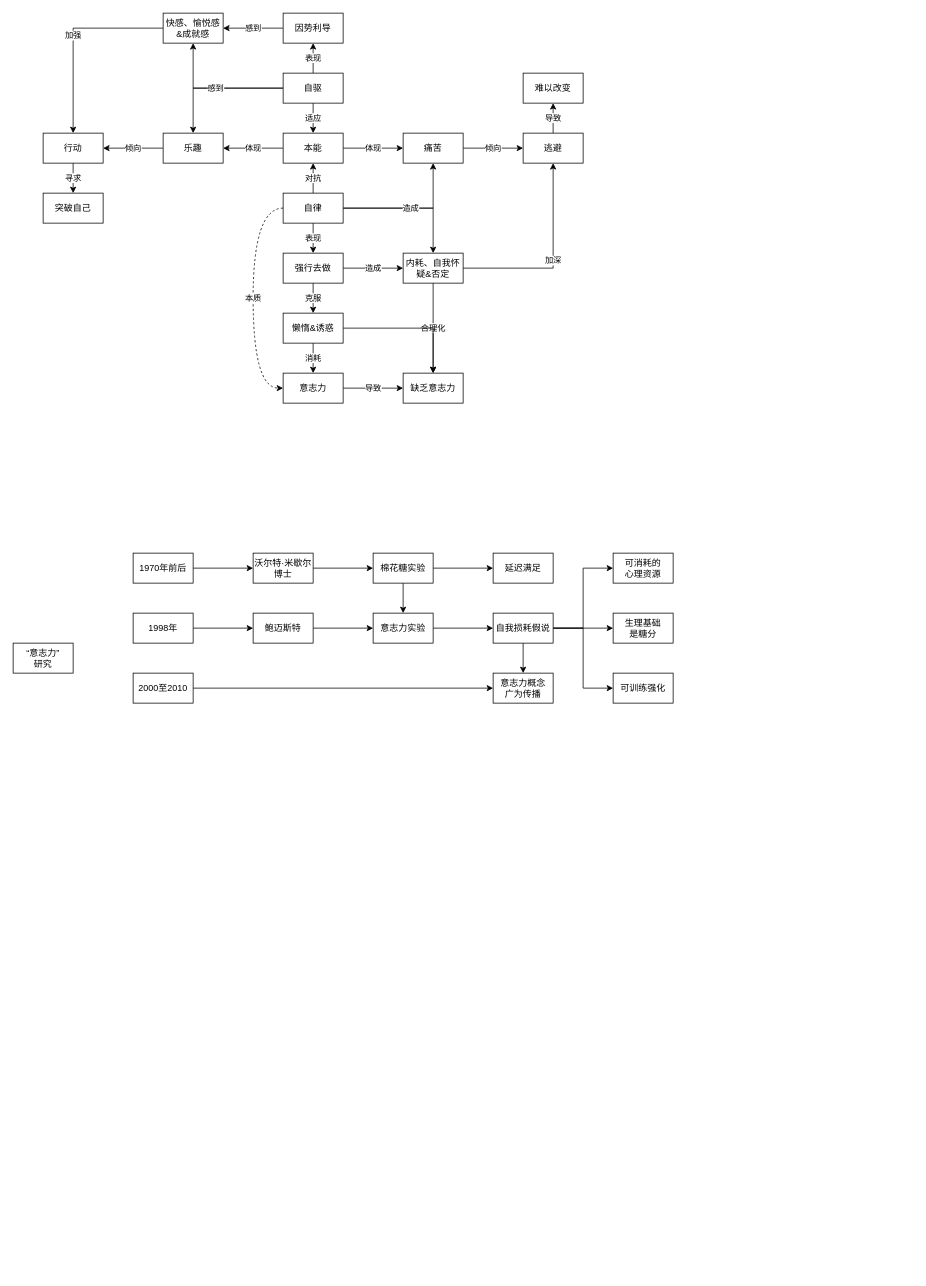
Above: 自我驱动.drawio in youyusan/open_mind (draw.io), before the change. Source tidied: cells renumbered, new cells numbered last; positions are measured from the earlier drawing's top-left corner, leaving out a move shared by most shapes. Both pictures are drawn from the tidied source at 75%, with x=0, y=0 at pixel (13, 13).
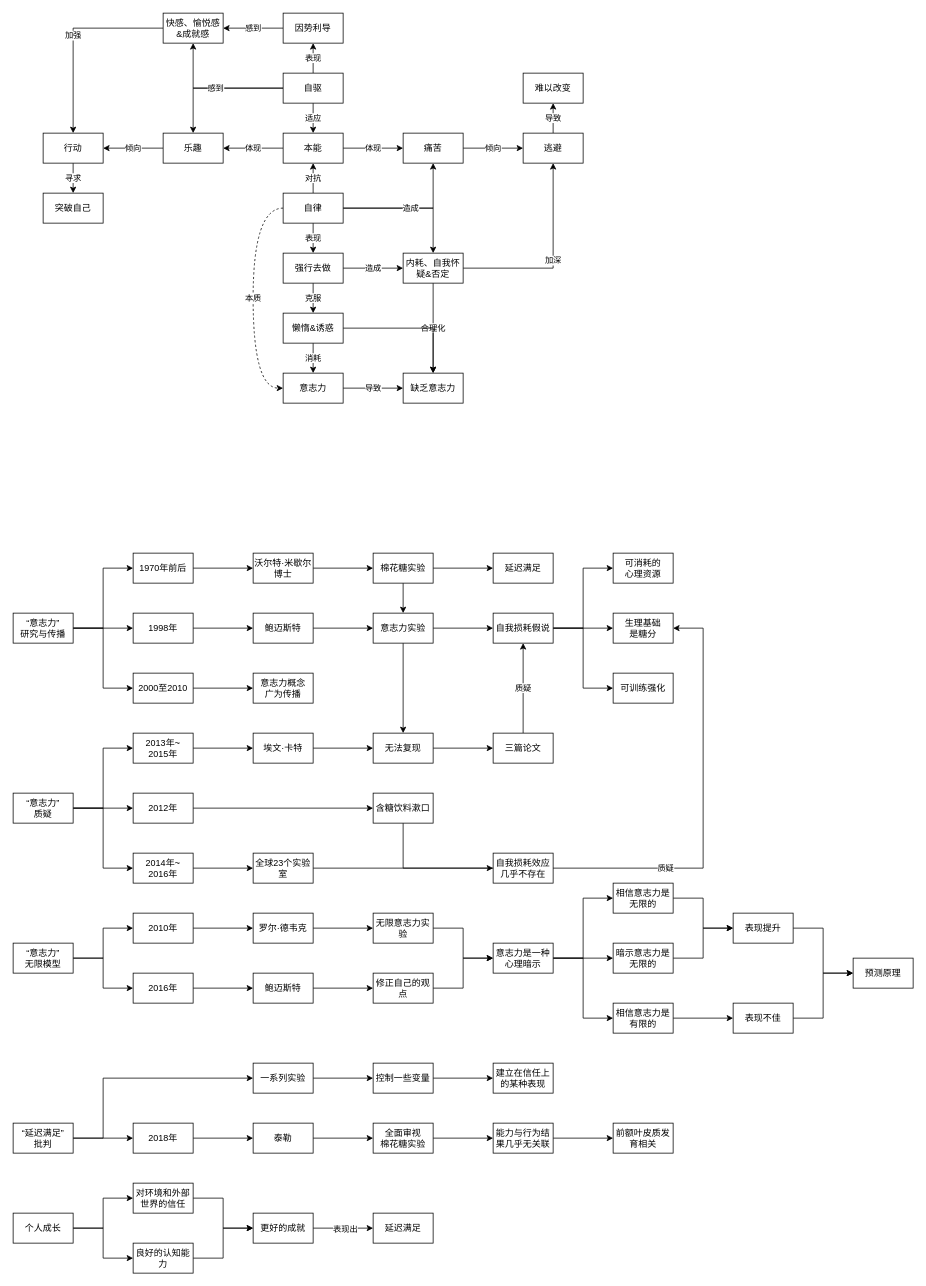
The same page after the edit.

Commit message:
更新自我驱动.drawio

Unchanged cells that the change refers to:
```xml
<mxCell id="44" value="1970年前后" style="rounded=0;whiteSpace=wrap;html=1;" parent="1" vertex="1">
  <mxGeometry x="160" y="720" width="80" height="40" as="geometry" />
</mxCell>
<mxCell id="46" value="1998年" style="rounded=0;whiteSpace=wrap;html=1;" parent="1" vertex="1">
  <mxGeometry x="160" y="800" width="80" height="40" as="geometry" />
</mxCell>
<mxCell id="48" value="2000至2010" style="rounded=0;whiteSpace=wrap;html=1;" parent="1" vertex="1">
  <mxGeometry x="160" y="880" width="80" height="40" as="geometry" />
</mxCell>
<mxCell id="61" value="自我损耗假说" style="rounded=0;whiteSpace=wrap;html=1;" parent="1" vertex="1">
  <mxGeometry x="640" y="800" width="80" height="40" as="geometry" />
</mxCell>
<mxCell id="63" value="意志力实验" style="rounded=0;whiteSpace=wrap;html=1;" parent="1" vertex="1">
  <mxGeometry x="480" y="800" width="80" height="40" as="geometry" />
</mxCell>
<mxCell id="66" value="生理基础&lt;br&gt;是糖分" style="rounded=0;whiteSpace=wrap;html=1;" parent="1" vertex="1">
  <mxGeometry x="800" y="800" width="80" height="40" as="geometry" />
</mxCell>
```

Diff of the diagram source:
```diff
@@
+    <mxCell id="68" style="edgeStyle=orthogonalEdgeStyle;rounded=0;jettySize=auto;html=1;entryX=0;entryY=0.5;entryDx=0;entryDy=0;" parent="1" edge="1" source="42" target="44">
+      <mxGeometry relative="1" as="geometry" />
+    </mxCell>
+    <mxCell id="69" style="edgeStyle=orthogonalEdgeStyle;rounded=0;jettySize=auto;html=1;" parent="1" edge="1" source="42" target="46">
+      <mxGeometry relative="1" as="geometry" />
+    </mxCell>
+    <mxCell id="70" style="edgeStyle=orthogonalEdgeStyle;rounded=0;jettySize=auto;html=1;entryX=0;entryY=0.5;entryDx=0;entryDy=0;" parent="1" edge="1" source="42" target="48">
+      <mxGeometry relative="1" as="geometry" />
+    </mxCell>
-    <mxCell id="42" value="“意志力”&lt;br&gt;研究" style="rounded=0;whiteSpace=wrap;html=1;" parent="1" vertex="1">
-      <mxGeometry y="840" width="80" height="40" as="geometry" />
+    <mxCell id="42" value="“意志力”&lt;br&gt;研究与传播" style="rounded=0;whiteSpace=wrap;html=1;" parent="1" vertex="1">
+      <mxGeometry y="800" width="80" height="40" as="geometry" />
     </mxCell>
@@
-    <mxCell id="57" style="edgeStyle=orthogonalEdgeStyle;rounded=0;jettySize=auto;html=1;" parent="1" edge="1" source="61" target="64">
-      <mxGeometry relative="1" as="geometry" />
-    </mxCell>
@@
+    <mxCell id="71" style="edgeStyle=orthogonalEdgeStyle;rounded=0;jettySize=auto;html=1;" parent="1" edge="1" source="63" target="80">
+      <mxGeometry relative="1" as="geometry" />
+    </mxCell>
@@
     <mxCell id="64" value="意志力概念&lt;br&gt;广为传播" style="rounded=0;whiteSpace=wrap;html=1;" parent="1" vertex="1">
-      <mxGeometry x="640" y="880" width="80" height="40" as="geometry" />
+      <mxGeometry x="320" y="880" width="80" height="40" as="geometry" />
     </mxCell>
@@
+    <mxCell id="72" style="edgeStyle=orthogonalEdgeStyle;rounded=0;jettySize=auto;html=1;entryX=0;entryY=0.5;entryDx=0;entryDy=0;" parent="1" edge="1" source="74" target="93">
+      <mxGeometry relative="1" as="geometry" />
+    </mxCell>
+    <mxCell id="73" style="edgeStyle=orthogonalEdgeStyle;rounded=0;jettySize=auto;html=1;" parent="1" edge="1" source="74" target="114">
+      <mxGeometry relative="1" as="geometry" />
+    </mxCell>
+    <mxCell id="74" value="“意志力”&lt;br&gt;无限模型" style="rounded=0;whiteSpace=wrap;html=1;" parent="1" vertex="1">
+      <mxGeometry y="1240" width="80" height="40" as="geometry" />
+    </mxCell>
+    <mxCell id="75" style="edgeStyle=orthogonalEdgeStyle;rounded=0;jettySize=auto;html=1;entryX=0;entryY=0.5;entryDx=0;entryDy=0;" parent="1" edge="1" source="76" target="78">
+      <mxGeometry relative="1" as="geometry" />
+    </mxCell>
+    <mxCell id="76" value="2013年~&lt;br&gt;2015年" style="rounded=0;whiteSpace=wrap;html=1;" parent="1" vertex="1">
+      <mxGeometry x="160" y="960" width="80" height="40" as="geometry" />
+    </mxCell>
+    <mxCell id="77" style="edgeStyle=orthogonalEdgeStyle;rounded=0;jettySize=auto;html=1;entryX=0;entryY=0.5;entryDx=0;entryDy=0;" parent="1" edge="1" source="78" target="80">
+      <mxGeometry relative="1" as="geometry" />
+    </mxCell>
+    <mxCell id="78" value="埃文·卡特" style="rounded=0;whiteSpace=wrap;html=1;" parent="1" vertex="1">
+      <mxGeometry x="320" y="960" width="80" height="40" as="geometry" />
+    </mxCell>
+    <mxCell id="79" style="edgeStyle=orthogonalEdgeStyle;rounded=0;jettySize=auto;html=1;" parent="1" edge="1" source="80" target="82">
+      <mxGeometry relative="1" as="geometry" />
+    </mxCell>
+    <mxCell id="80" value="无法复现" style="rounded=0;whiteSpace=wrap;html=1;" parent="1" vertex="1">
+      <mxGeometry x="480" y="960" width="80" height="40" as="geometry" />
+    </mxCell>
+    <mxCell id="81" value="质疑" style="edgeStyle=orthogonalEdgeStyle;rounded=0;jettySize=auto;html=1;entryX=0.5;entryY=1;entryDx=0;entryDy=0;" parent="1" edge="1" source="82" target="61">
+      <mxGeometry relative="1" as="geometry" />
+    </mxCell>
+    <mxCell id="82" value="三篇论文" style="rounded=0;whiteSpace=wrap;html=1;" parent="1" vertex="1">
+      <mxGeometry x="640" y="960" width="80" height="40" as="geometry" />
+    </mxCell>
+    <mxCell id="83" style="edgeStyle=orthogonalEdgeStyle;rounded=0;jettySize=auto;html=1;entryX=0;entryY=0.5;entryDx=0;entryDy=0;" parent="1" edge="1" source="84" target="86">
+      <mxGeometry relative="1" as="geometry" />
+    </mxCell>
+    <mxCell id="84" value="2012年" style="rounded=0;whiteSpace=wrap;html=1;" parent="1" vertex="1">
+      <mxGeometry x="160" y="1040" width="80" height="40" as="geometry" />
+    </mxCell>
+    <mxCell id="85" value="质疑" style="edgeStyle=orthogonalEdgeStyle;rounded=0;jettySize=auto;html=1;entryX=1;entryY=0.5;entryDx=0;entryDy=0;" parent="1" edge="1" source="86" target="66">
+      <mxGeometry relative="1" as="geometry">
+        <Array as="points">
+          <mxPoint x="920" y="1140" />
+          <mxPoint x="920" y="820" />
+        </Array>
+      </mxGeometry>
+    </mxCell>
+    <mxCell id="86" value="含糖饮料漱口" style="rounded=0;whiteSpace=wrap;html=1;" parent="1" vertex="1">
+      <mxGeometry x="480" y="1040" width="80" height="40" as="geometry" />
+    </mxCell>
+    <mxCell id="87" style="edgeStyle=orthogonalEdgeStyle;rounded=0;jettySize=auto;html=1;entryX=0;entryY=0.5;entryDx=0;entryDy=0;" parent="1" edge="1" source="88" target="90">
+      <mxGeometry relative="1" as="geometry" />
+    </mxCell>
+    <mxCell id="88" value="2014年~&lt;br&gt;2016年" style="rounded=0;whiteSpace=wrap;html=1;" parent="1" vertex="1">
+      <mxGeometry x="160" y="1120" width="80" height="40" as="geometry" />
+    </mxCell>
+    <mxCell id="89" style="edgeStyle=orthogonalEdgeStyle;rounded=0;jettySize=auto;html=1;" parent="1" edge="1" source="90" target="91">
+      <mxGeometry relative="1" as="geometry" />
+    </mxCell>
+    <mxCell id="90" value="全球23个实验室" style="rounded=0;whiteSpace=wrap;html=1;" parent="1" vertex="1">
+      <mxGeometry x="320" y="1120" width="80" height="40" as="geometry" />
+    </mxCell>
+    <mxCell id="91" value="自我损耗效应几乎不存在" style="rounded=0;whiteSpace=wrap;html=1;" parent="1" vertex="1">
+      <mxGeometry x="640" y="1120" width="80" height="40" as="geometry" />
+    </mxCell>
+    <mxCell id="92" style="edgeStyle=orthogonalEdgeStyle;rounded=0;jettySize=auto;html=1;" parent="1" edge="1" source="93" target="95">
+      <mxGeometry relative="1" as="geometry" />
+    </mxCell>
+    <mxCell id="93" value="2010年" style="rounded=0;whiteSpace=wrap;html=1;" parent="1" vertex="1">
+      <mxGeometry x="160" y="1200" width="80" height="40" as="geometry" />
+    </mxCell>
+    <mxCell id="94" style="edgeStyle=orthogonalEdgeStyle;rounded=0;jettySize=auto;html=1;entryX=0;entryY=0.5;entryDx=0;entryDy=0;" parent="1" edge="1" source="95" target="97">
+      <mxGeometry relative="1" as="geometry" />
+    </mxCell>
+    <mxCell id="95" value="罗尔·德韦克" style="rounded=0;whiteSpace=wrap;html=1;" parent="1" vertex="1">
+      <mxGeometry x="320" y="1200" width="80" height="40" as="geometry" />
+    </mxCell>
+    <mxCell id="96" style="edgeStyle=orthogonalEdgeStyle;rounded=0;jettySize=auto;html=1;" parent="1" edge="1" source="97" target="101">
+      <mxGeometry relative="1" as="geometry" />
+    </mxCell>
+    <mxCell id="97" value="无限意志力实验" style="rounded=0;whiteSpace=wrap;html=1;" parent="1" vertex="1">
+      <mxGeometry x="480" y="1200" width="80" height="40" as="geometry" />
+    </mxCell>
+    <mxCell id="98" style="edgeStyle=orthogonalEdgeStyle;rounded=0;jettySize=auto;html=1;entryX=0;entryY=0.5;entryDx=0;entryDy=0;" parent="1" edge="1" source="101" target="103">
+      <mxGeometry relative="1" as="geometry" />
+    </mxCell>
+    <mxCell id="99" style="edgeStyle=orthogonalEdgeStyle;rounded=0;jettySize=auto;html=1;" parent="1" edge="1" source="101" target="105">
+      <mxGeometry relative="1" as="geometry" />
+    </mxCell>
+    <mxCell id="100" style="edgeStyle=orthogonalEdgeStyle;rounded=0;jettySize=auto;html=1;entryX=0;entryY=0.5;entryDx=0;entryDy=0;" parent="1" edge="1" source="101" target="107">
+      <mxGeometry relative="1" as="geometry" />
+    </mxCell>
+    <mxCell id="101" value="意志力是一种心理暗示" style="rounded=0;whiteSpace=wrap;html=1;" parent="1" vertex="1">
+      <mxGeometry x="640" y="1240" width="80" height="40" as="geometry" />
+    </mxCell>
+    <mxCell id="102" style="edgeStyle=orthogonalEdgeStyle;rounded=0;jettySize=auto;html=1;entryX=0;entryY=0.5;entryDx=0;entryDy=0;" parent="1" edge="1" source="103" target="109">
+      <mxGeometry relative="1" as="geometry" />
+    </mxCell>
+    <mxCell id="103" value="相信意志力是无限的" style="rounded=0;whiteSpace=wrap;html=1;" parent="1" vertex="1">
+      <mxGeometry x="800" y="1160" width="80" height="40" as="geometry" />
+    </mxCell>
+    <mxCell id="104" style="edgeStyle=orthogonalEdgeStyle;rounded=0;jettySize=auto;html=1;" parent="1" edge="1" source="105" target="109">
+      <mxGeometry relative="1" as="geometry" />
+    </mxCell>
+    <mxCell id="105" value="暗示意志力是无限的" style="rounded=0;whiteSpace=wrap;html=1;" parent="1" vertex="1">
+      <mxGeometry x="800" y="1240" width="80" height="40" as="geometry" />
+    </mxCell>
+    <mxCell id="106" style="edgeStyle=orthogonalEdgeStyle;rounded=0;jettySize=auto;html=1;" parent="1" edge="1" source="107" target="111">
+      <mxGeometry relative="1" as="geometry" />
+    </mxCell>
+    <mxCell id="107" value="相信意志力是有限的" style="rounded=0;whiteSpace=wrap;html=1;" parent="1" vertex="1">
+      <mxGeometry x="800" y="1320" width="80" height="40" as="geometry" />
+    </mxCell>
+    <mxCell id="108" style="edgeStyle=orthogonalEdgeStyle;rounded=0;jettySize=auto;html=1;entryX=0;entryY=0.5;entryDx=0;entryDy=0;" parent="1" edge="1" source="109" target="112">
+      <mxGeometry relative="1" as="geometry" />
+    </mxCell>
+    <mxCell id="109" value="表现提升" style="rounded=0;whiteSpace=wrap;html=1;" parent="1" vertex="1">
+      <mxGeometry x="960" y="1200" width="80" height="40" as="geometry" />
+    </mxCell>
+    <mxCell id="110" style="edgeStyle=orthogonalEdgeStyle;rounded=0;jettySize=auto;html=1;entryX=0;entryY=0.5;entryDx=0;entryDy=0;" parent="1" edge="1" source="111" target="112">
+      <mxGeometry relative="1" as="geometry" />
+    </mxCell>
+    <mxCell id="111" value="表现不佳" style="rounded=0;whiteSpace=wrap;html=1;" parent="1" vertex="1">
+      <mxGeometry x="960" y="1320" width="80" height="40" as="geometry" />
+    </mxCell>
+    <mxCell id="112" value="预测原理" style="rounded=0;whiteSpace=wrap;html=1;" parent="1" vertex="1">
+      <mxGeometry x="1120" y="1260" width="80" height="40" as="geometry" />
+    </mxCell>
+    <mxCell id="113" style="edgeStyle=orthogonalEdgeStyle;rounded=0;jettySize=auto;html=1;entryX=0;entryY=0.5;entryDx=0;entryDy=0;" parent="1" edge="1" source="114" target="116">
+      <mxGeometry relative="1" as="geometry" />
+    </mxCell>
+    <mxCell id="114" value="2016年" style="rounded=0;whiteSpace=wrap;html=1;" parent="1" vertex="1">
+      <mxGeometry x="160" y="1280" width="80" height="40" as="geometry" />
+    </mxCell>
+    <mxCell id="115" style="edgeStyle=orthogonalEdgeStyle;rounded=0;jettySize=auto;html=1;entryX=0;entryY=0.5;entryDx=0;entryDy=0;" parent="1" edge="1" source="116" target="118">
+      <mxGeometry relative="1" as="geometry" />
+    </mxCell>
+    <mxCell id="116" value="鲍迈斯特" style="rounded=0;whiteSpace=wrap;html=1;" parent="1" vertex="1">
+      <mxGeometry x="320" y="1280" width="80" height="40" as="geometry" />
+    </mxCell>
+    <mxCell id="117" style="edgeStyle=orthogonalEdgeStyle;rounded=0;jettySize=auto;html=1;entryX=0;entryY=0.5;entryDx=0;entryDy=0;" parent="1" edge="1" source="118" target="101">
+      <mxGeometry relative="1" as="geometry" />
+    </mxCell>
+    <mxCell id="118" value="修正自己的观点" style="rounded=0;whiteSpace=wrap;html=1;" parent="1" vertex="1">
+      <mxGeometry x="480" y="1280" width="80" height="40" as="geometry" />
+    </mxCell>
+    <mxCell id="119" style="edgeStyle=orthogonalEdgeStyle;rounded=0;jettySize=auto;html=1;entryX=0;entryY=0.5;entryDx=0;entryDy=0;" parent="1" edge="1" source="122" target="76">
+      <mxGeometry relative="1" as="geometry" />
+    </mxCell>
+    <mxCell id="120" style="edgeStyle=orthogonalEdgeStyle;rounded=0;jettySize=auto;html=1;" parent="1" edge="1" source="122" target="84">
+      <mxGeometry relative="1" as="geometry" />
+    </mxCell>
+    <mxCell id="121" style="edgeStyle=orthogonalEdgeStyle;rounded=0;jettySize=auto;html=1;entryX=0;entryY=0.5;entryDx=0;entryDy=0;" parent="1" edge="1" source="122" target="88">
+      <mxGeometry relative="1" as="geometry" />
+    </mxCell>
+    <mxCell id="122" value="“意志力”&lt;br&gt;质疑" style="rounded=0;whiteSpace=wrap;html=1;" parent="1" vertex="1">
+      <mxGeometry y="1040" width="80" height="40" as="geometry" />
+    </mxCell>
+    <mxCell id="123" style="edgeStyle=orthogonalEdgeStyle;rounded=0;jettySize=auto;html=1;entryX=0;entryY=0.5;entryDx=0;entryDy=0;" parent="1" edge="1" source="125" target="136">
+      <mxGeometry relative="1" as="geometry">
+        <Array as="points">
+          <mxPoint x="120" y="1500" />
+          <mxPoint x="120" y="1420" />
+        </Array>
+      </mxGeometry>
+    </mxCell>
+    <mxCell id="124" style="edgeStyle=orthogonalEdgeStyle;rounded=0;jettySize=auto;html=1;" parent="1" edge="1" source="125" target="128">
+      <mxGeometry relative="1" as="geometry" />
+    </mxCell>
+    <mxCell id="125" value="“延迟满足”&lt;br&gt;批判" style="rounded=0;whiteSpace=wrap;html=1;" parent="1" vertex="1">
+      <mxGeometry y="1480" width="80" height="40" as="geometry" />
+    </mxCell>
+    <mxCell id="126" value="建立在信任上的某种表现" style="rounded=0;whiteSpace=wrap;html=1;" parent="1" vertex="1">
+      <mxGeometry x="640" y="1400" width="80" height="40" as="geometry" />
+    </mxCell>
+    <mxCell id="127" style="edgeStyle=orthogonalEdgeStyle;rounded=0;jettySize=auto;html=1;" parent="1" edge="1" source="128" target="130">
+      <mxGeometry relative="1" as="geometry" />
+    </mxCell>
+    <mxCell id="128" value="2018年" style="rounded=0;whiteSpace=wrap;html=1;" parent="1" vertex="1">
+      <mxGeometry x="160" y="1480" width="80" height="40" as="geometry" />
+    </mxCell>
+    <mxCell id="129" style="edgeStyle=orthogonalEdgeStyle;rounded=0;jettySize=auto;html=1;" parent="1" edge="1" source="130" target="132">
+      <mxGeometry relative="1" as="geometry" />
+    </mxCell>
+    <mxCell id="130" value="泰勒" style="rounded=0;whiteSpace=wrap;html=1;" parent="1" vertex="1">
+      <mxGeometry x="320" y="1480" width="80" height="40" as="geometry" />
+    </mxCell>
+    <mxCell id="131" style="edgeStyle=orthogonalEdgeStyle;rounded=0;jettySize=auto;html=1;" parent="1" edge="1" source="132" target="138">
+      <mxGeometry relative="1" as="geometry" />
+    </mxCell>
+    <mxCell id="132" value="全面审视&lt;br&gt;棉花糖实验" style="rounded=0;whiteSpace=wrap;html=1;" parent="1" vertex="1">
+      <mxGeometry x="480" y="1480" width="80" height="40" as="geometry" />
+    </mxCell>
+    <mxCell id="133" style="edgeStyle=orthogonalEdgeStyle;rounded=0;jettySize=auto;html=1;" parent="1" edge="1" source="134" target="126">
+      <mxGeometry relative="1" as="geometry" />
+    </mxCell>
+    <mxCell id="134" value="控制一些变量" style="rounded=0;whiteSpace=wrap;html=1;" parent="1" vertex="1">
+      <mxGeometry x="480" y="1400" width="80" height="40" as="geometry" />
+    </mxCell>
+    <mxCell id="135" style="edgeStyle=orthogonalEdgeStyle;rounded=0;jettySize=auto;html=1;entryX=0;entryY=0.5;entryDx=0;entryDy=0;" parent="1" edge="1" source="136" target="134">
+      <mxGeometry relative="1" as="geometry" />
+    </mxCell>
+    <mxCell id="136" value="一系列实验" style="rounded=0;whiteSpace=wrap;html=1;" parent="1" vertex="1">
+      <mxGeometry x="320" y="1400" width="80" height="40" as="geometry" />
+    </mxCell>
+    <mxCell id="137" style="edgeStyle=orthogonalEdgeStyle;rounded=0;jettySize=auto;html=1;entryX=0;entryY=0.5;entryDx=0;entryDy=0;" parent="1" edge="1" source="138" target="139">
+      <mxGeometry relative="1" as="geometry" />
+    </mxCell>
+    <mxCell id="138" value="能力与行为结果几乎无关联" style="rounded=0;whiteSpace=wrap;html=1;" parent="1" vertex="1">
+      <mxGeometry x="640" y="1480" width="80" height="40" as="geometry" />
+    </mxCell>
+    <mxCell id="139" value="前额叶皮质发育相关" style="rounded=0;whiteSpace=wrap;html=1;" parent="1" vertex="1">
+      <mxGeometry x="800" y="1480" width="80" height="40" as="geometry" />
+    </mxCell>
+    <mxCell id="140" style="edgeStyle=orthogonalEdgeStyle;rounded=0;jettySize=auto;html=1;entryX=0;entryY=0.5;entryDx=0;entryDy=0;" parent="1" edge="1" source="142" target="144">
+      <mxGeometry relative="1" as="geometry" />
+    </mxCell>
+    <mxCell id="141" style="edgeStyle=orthogonalEdgeStyle;rounded=0;jettySize=auto;html=1;" parent="1" edge="1" source="142" target="146">
+      <mxGeometry relative="1" as="geometry" />
+    </mxCell>
+    <mxCell id="142" value="个人成长" style="rounded=0;whiteSpace=wrap;html=1;" parent="1" vertex="1">
+      <mxGeometry y="1600" width="80" height="40" as="geometry" />
+    </mxCell>
+    <mxCell id="143" style="edgeStyle=orthogonalEdgeStyle;rounded=0;jettySize=auto;html=1;" parent="1" edge="1" source="144" target="149">
+      <mxGeometry relative="1" as="geometry" />
+    </mxCell>
+    <mxCell id="144" value="对环境和外部世界的信任" style="rounded=0;whiteSpace=wrap;html=1;" parent="1" vertex="1">
+      <mxGeometry x="160" y="1560" width="80" height="40" as="geometry" />
+    </mxCell>
+    <mxCell id="145" style="edgeStyle=orthogonalEdgeStyle;rounded=0;jettySize=auto;html=1;entryX=0;entryY=0.5;entryDx=0;entryDy=0;" parent="1" edge="1" source="146" target="149">
+      <mxGeometry relative="1" as="geometry" />
+    </mxCell>
+    <mxCell id="146" value="良好的认知能力" style="rounded=0;whiteSpace=wrap;html=1;" parent="1" vertex="1">
+      <mxGeometry x="160" y="1640" width="80" height="40" as="geometry" />
+    </mxCell>
+    <mxCell id="147" style="edgeStyle=orthogonalEdgeStyle;rounded=0;jettySize=auto;html=1;" parent="1" edge="1" source="149" target="150">
+      <mxGeometry relative="1" as="geometry" />
+    </mxCell>
+    <mxCell id="148" value="表现出" style="edgeLabel;html=1;align=center;verticalAlign=middle;" parent="147" vertex="1">
+      <mxGeometry x="0.05" relative="1" as="geometry" />
+    </mxCell>
+    <mxCell id="149" value="更好的成就" style="rounded=0;whiteSpace=wrap;html=1;" parent="1" vertex="1">
+      <mxGeometry x="320" y="1600" width="80" height="40" as="geometry" />
+    </mxCell>
+    <mxCell id="150" value="延迟满足" style="rounded=0;whiteSpace=wrap;html=1;" parent="1" vertex="1">
+      <mxGeometry x="480" y="1600" width="80" height="40" as="geometry" />
+    </mxCell>
```
